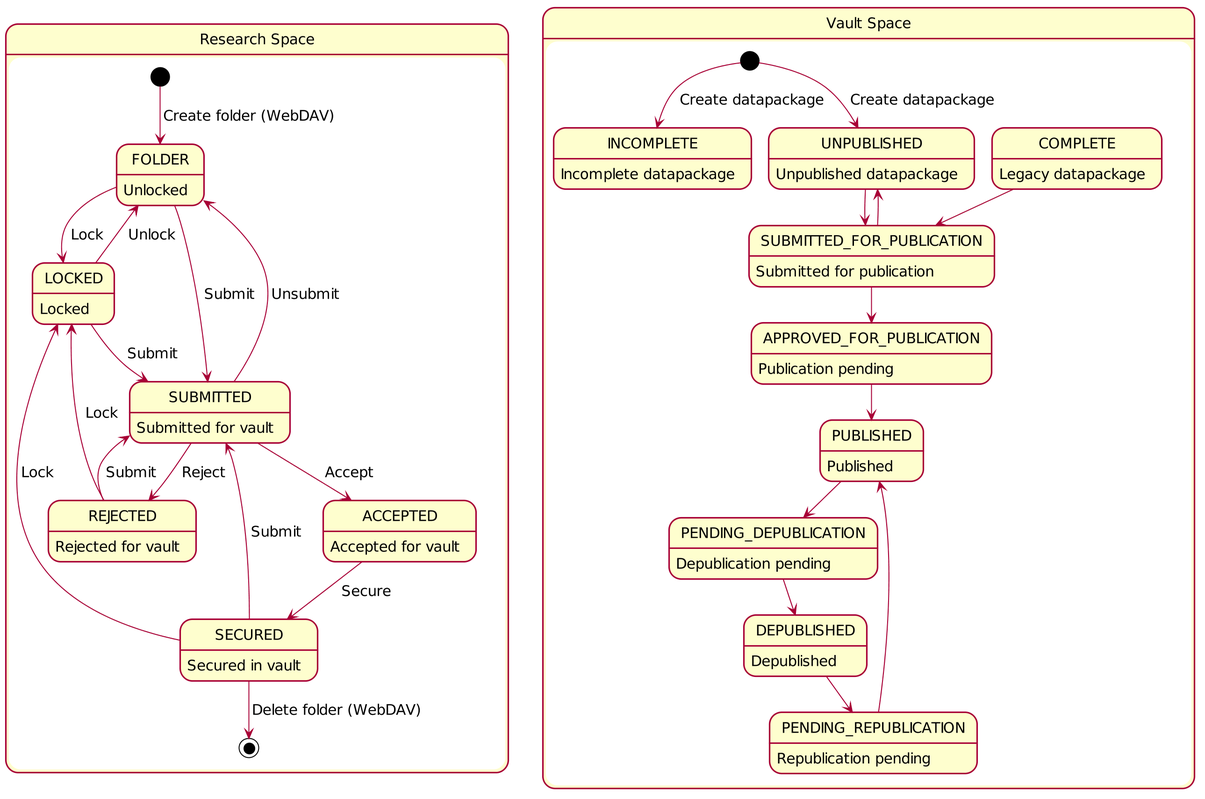
Above: docs/design/img/state-model.png in UtrechtUniversity/yoda (PlantUML), before the change.
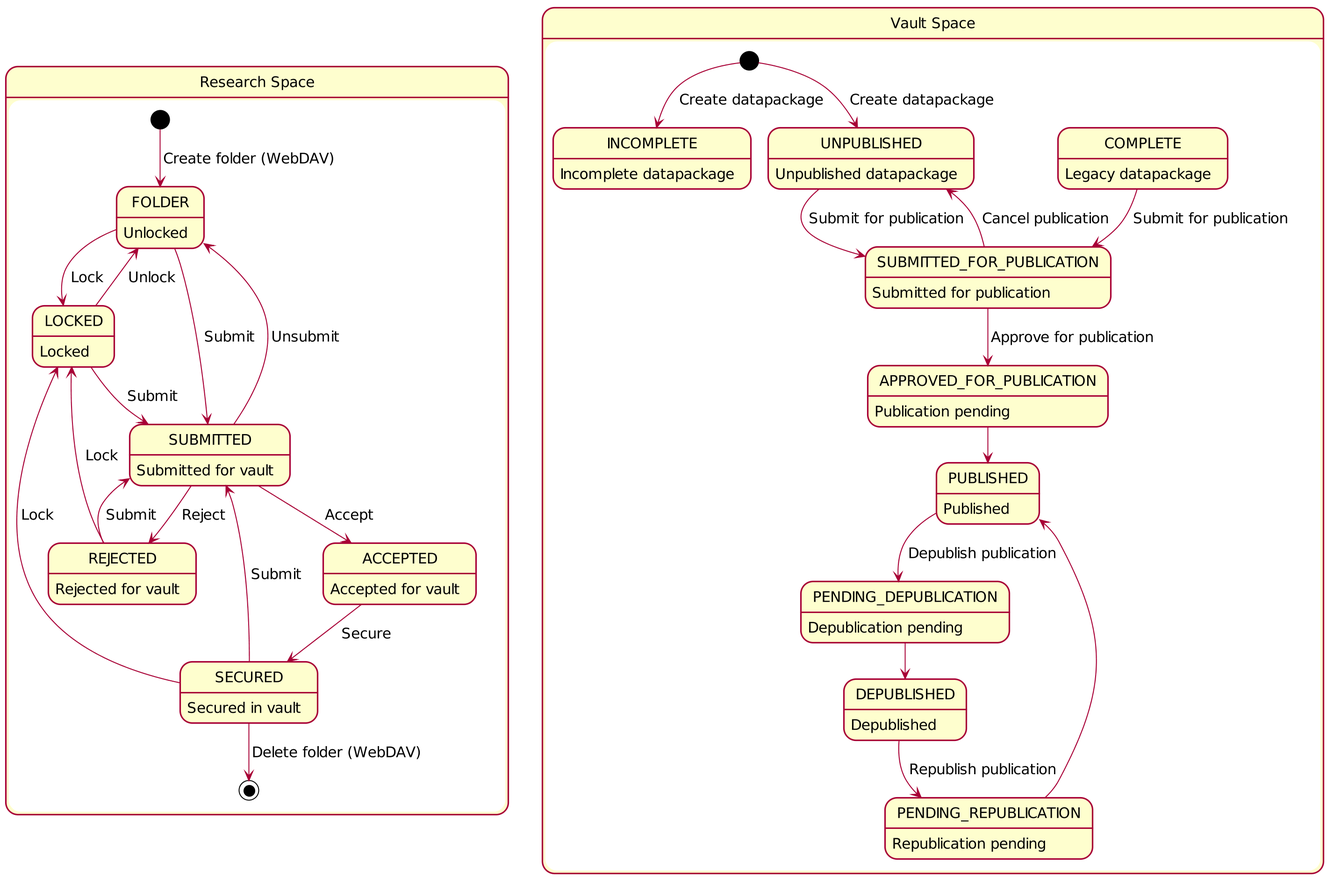
Above is the later version.

What changed in the source:
```diff
@@ -43,14 +43,15 @@
 
   [*] --> UNPUBLISHED : Create datapackage
   [*] --> INCOMPLETE : Create datapackage
-  UNPUBLISHED --> SUBMITTED_FOR_PUBLICATION
-  COMPLETE --> SUBMITTED_FOR_PUBLICATION
-  SUBMITTED_FOR_PUBLICATION --> APPROVED_FOR_PUBLICATION
-  SUBMITTED_FOR_PUBLICATION --> UNPUBLISHED
+  UNPUBLISHED --> SUBMITTED_FOR_PUBLICATION : Submit for publication
+  COMPLETE --> SUBMITTED_FOR_PUBLICATION : Submit for publication
+  SUBMITTED_FOR_PUBLICATION --> APPROVED_FOR_PUBLICATION : Approve for publication
+  SUBMITTED_FOR_PUBLICATION --> UNPUBLISHED : Cancel publication
   APPROVED_FOR_PUBLICATION --> PUBLISHED
-  PUBLISHED --> PENDING_DEPUBLICATION
+  PUBLISHED --> PENDING_DEPUBLICATION : Depublish publication
   PENDING_DEPUBLICATION --> DEPUBLISHED
-  DEPUBLISHED --> PENDING_REPUBLICATION
+  DEPUBLISHED --> PENDING_REPUBLICATION  : Republish publication
   PENDING_REPUBLICATION --> PUBLISHED
 }
+
 @enduml
```
